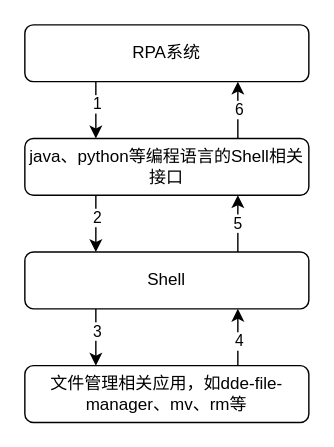
Above: 【专利图】信创文件管理.drawio in ColonelDarcy2018/excelsior (draw.io), before the change. Source tidied: cells renumbered, new cells numbered last; positions are measured from the earlier drawing's top-left corner, leaving out a move shared by most shapes. Both pictures are drawn from the tidied source at 142%, with x=0, y=0 at pixel (24, 24).
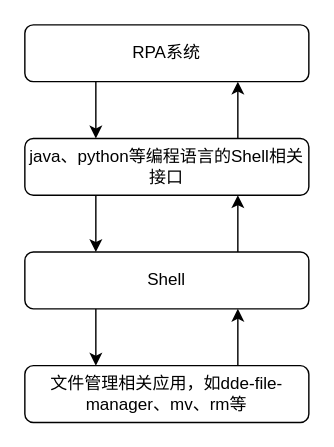
The same diagram, later.

Commit message (it also covers changes not shown here):
更新【专利图】信创文件管理.drawio

Unchanged cells that the change refers to:
```xml
<mxCell id="2" style="edgeStyle=orthogonalEdgeStyle;rounded=0;jettySize=auto;html=1;entryX=0.25;entryY=0;entryDx=0;entryDy=0;" parent="1" edge="1" source="4" target="9">
  <mxGeometry relative="1" as="geometry">
    <Array as="points">
      <mxPoint x="50" y="50" />
      <mxPoint x="50" y="50" />
    </Array>
  </mxGeometry>
</mxCell>
<mxCell id="5" style="edgeStyle=orthogonalEdgeStyle;rounded=0;jettySize=auto;html=1;entryX=0.25;entryY=0;entryDx=0;entryDy=0;" parent="1" edge="1" source="9" target="13">
  <mxGeometry relative="1" as="geometry">
    <Array as="points">
      <mxPoint x="50" y="130" />
      <mxPoint x="50" y="130" />
    </Array>
  </mxGeometry>
</mxCell>
<mxCell id="7" style="edgeStyle=orthogonalEdgeStyle;rounded=0;jettySize=auto;html=1;entryX=0.75;entryY=1;entryDx=0;entryDy=0;" parent="1" edge="1" source="9" target="4">
  <mxGeometry relative="1" as="geometry">
    <Array as="points">
      <mxPoint x="150" y="70" />
      <mxPoint x="150" y="70" />
    </Array>
  </mxGeometry>
</mxCell>
<mxCell id="9" value="java、python等编程语言的Shell相关接口" style="rounded=1;whiteSpace=wrap;html=1;" parent="1" vertex="1">
  <mxGeometry y="80" width="200" height="40" as="geometry" />
</mxCell>
<mxCell id="10" style="edgeStyle=orthogonalEdgeStyle;rounded=0;jettySize=auto;html=1;entryX=0.25;entryY=0;entryDx=0;entryDy=0;" parent="1" edge="1" source="13" target="16">
  <mxGeometry relative="1" as="geometry">
    <Array as="points">
      <mxPoint x="50" y="210" />
      <mxPoint x="50" y="210" />
    </Array>
  </mxGeometry>
</mxCell>
<mxCell id="13" value="Shell" style="rounded=1;whiteSpace=wrap;html=1;" parent="1" vertex="1">
  <mxGeometry y="160" width="200" height="40" as="geometry" />
</mxCell>
<mxCell id="14" style="edgeStyle=orthogonalEdgeStyle;rounded=0;jettySize=auto;html=1;entryX=0.75;entryY=1;entryDx=0;entryDy=0;" parent="1" edge="1" source="16" target="13">
  <mxGeometry relative="1" as="geometry">
    <Array as="points">
      <mxPoint x="150" y="230" />
      <mxPoint x="150" y="230" />
    </Array>
  </mxGeometry>
</mxCell>
```

The edit, as a diff of the source:
```diff
@@
-    <mxCell id="3" value="1" style="edgeLabel;html=1;align=center;verticalAlign=middle;" parent="2" vertex="1">
-      <mxGeometry x="-0.28" relative="1" as="geometry">
-        <mxPoint y="1" as="offset" />
-      </mxGeometry>
-    </mxCell>
@@
-    <mxCell id="6" value="2" style="edgeLabel;html=1;align=center;verticalAlign=middle;" parent="5" vertex="1">
-      <mxGeometry x="-0.23" relative="1" as="geometry" />
-    </mxCell>
@@
-    <mxCell id="8" value="6" style="edgeLabel;html=1;align=center;verticalAlign=middle;" parent="7" vertex="1">
-      <mxGeometry x="0.07" relative="1" as="geometry" />
-    </mxCell>
@@
-    <mxCell id="11" value="3" style="edgeLabel;html=1;align=center;verticalAlign=middle;" parent="10" vertex="1">
-      <mxGeometry x="-0.23" y="1" relative="1" as="geometry">
-        <mxPoint x="-1" as="offset" />
-      </mxGeometry>
-    </mxCell>
-    <mxCell id="12" value="5" style="edgeStyle=orthogonalEdgeStyle;rounded=0;jettySize=auto;html=1;entryX=0.75;entryY=1;entryDx=0;entryDy=0;" parent="1" edge="1" source="13" target="9">
+    <mxCell id="12" style="edgeStyle=orthogonalEdgeStyle;rounded=0;jettySize=auto;html=1;entryX=0.75;entryY=1;entryDx=0;entryDy=0;" parent="1" edge="1" source="13" target="9">
       <mxGeometry relative="1" as="geometry">
         <Array as="points">
           <mxPoint x="150" y="150" />
           <mxPoint x="150" y="150" />
         </Array>
       </mxGeometry>
     </mxCell>
@@
-    <mxCell id="15" value="4" style="edgeLabel;html=1;align=center;verticalAlign=middle;" parent="14" vertex="1">
-      <mxGeometry x="-0.12" relative="1" as="geometry" />
-    </mxCell>
```
